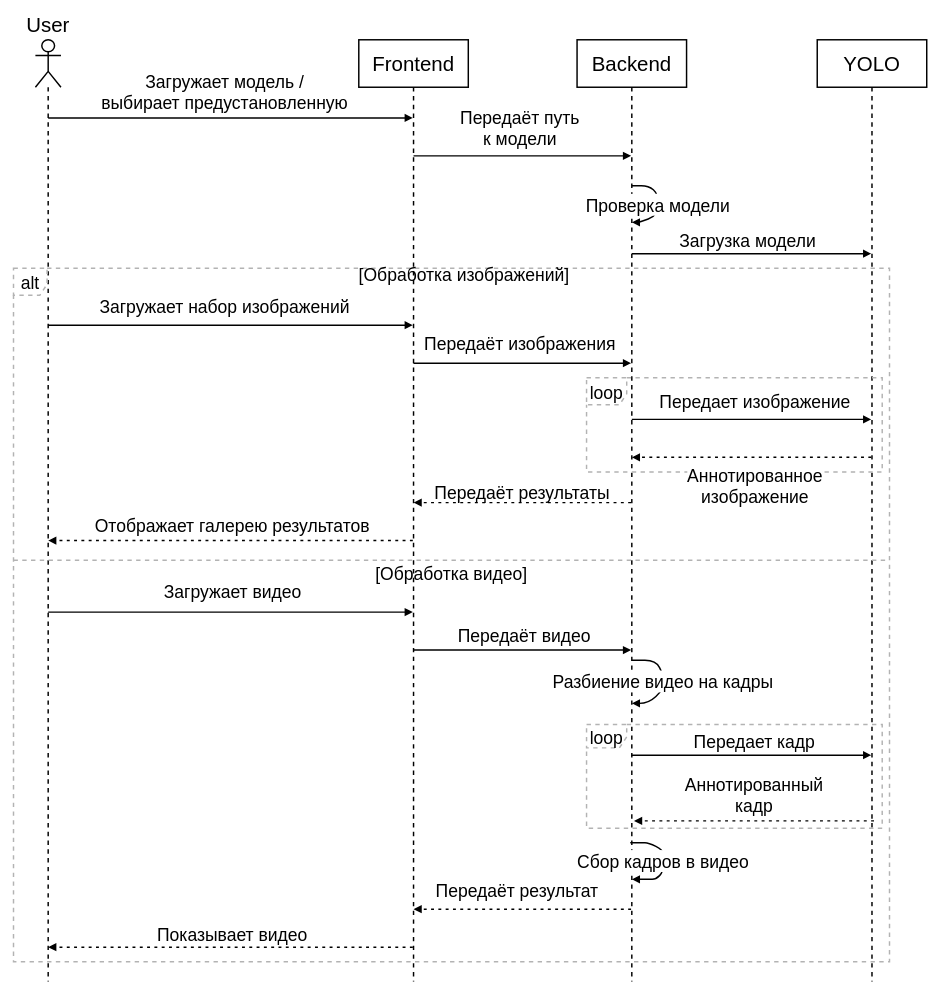
Before: page "Страница — 1" (1 of 3) of ВКР/Диаграмма.drawio in FaceMan01/Homework, a draw.io diagram. Source tidied: cells renumbered, new cells numbered last; positions are measured from the earlier drawing's top-left corner, leaving out a move shared by most shapes. Both pictures are drawn from the tidied source at 73%, with x=0, y=0 at pixel (13, 39).
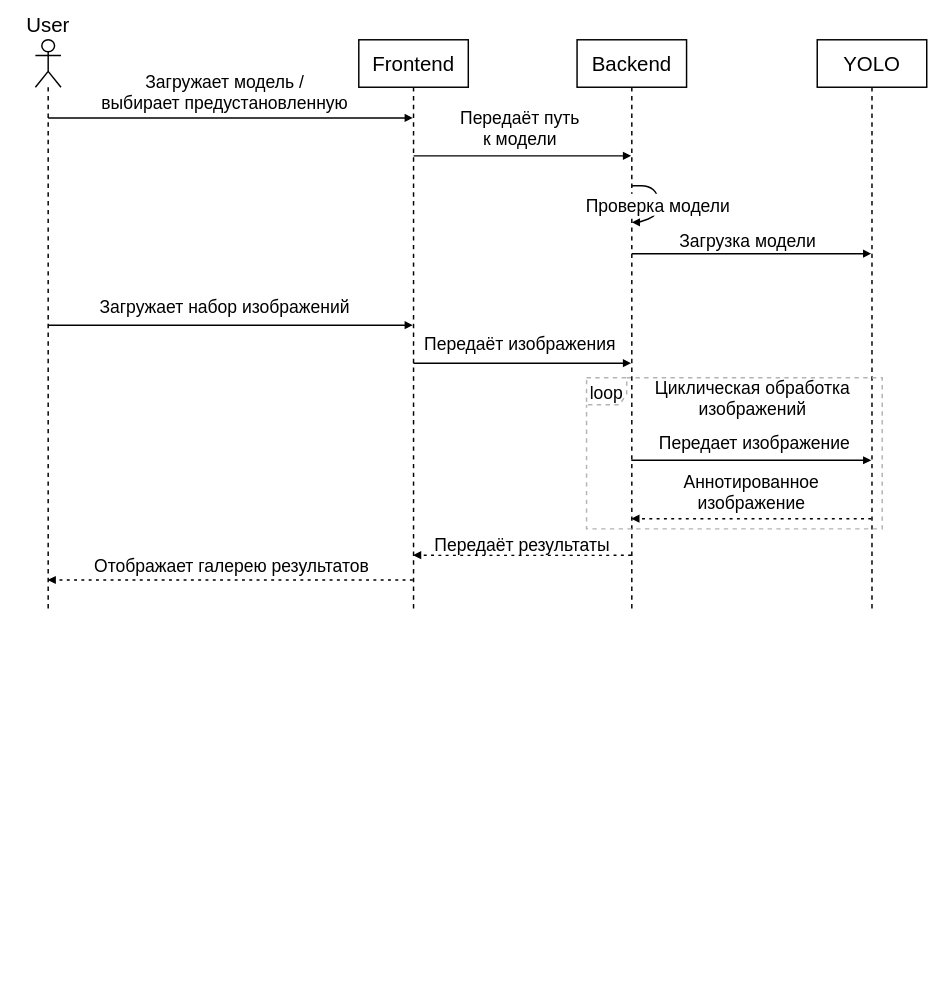
The same page after the edit.

Diff of the diagram source:
```diff
@@
     <mxCell id="2" value="User" style="shape=umlLifeline;perimeter=lifelinePerimeter;whiteSpace=wrap;outlineConnect=0;portConstraint=eastwest;newEdgeStyle={&quot;edgeStyle&quot;:&quot;elbowEdgeStyle&quot;,&quot;elbow&quot;:&quot;vertical&quot;,&quot;curved&quot;:0,&quot;rounded&quot;:0};participant=umlActor;verticalAlign=bottom;labelPosition=center;verticalLabelPosition=top;align=center;size=65;fontSize=28;strokeWidth=2;shadow=0;" parent="1" vertex="1">
-      <mxGeometry x="30" width="35" height="1290" as="geometry" />
+      <mxGeometry x="30" width="35" height="780" as="geometry" />
     </mxCell>
     <mxCell id="3" value="Frontend" style="shape=umlLifeline;perimeter=lifelinePerimeter;whiteSpace=wrap;outlineConnect=0;portConstraint=eastwest;newEdgeStyle={&quot;edgeStyle&quot;:&quot;elbowEdgeStyle&quot;,&quot;elbow&quot;:&quot;vertical&quot;,&quot;curved&quot;:0,&quot;rounded&quot;:0};size=65;fontSize=28;strokeWidth=2;shadow=0;" parent="1" vertex="1">
-      <mxGeometry x="473" width="150" height="1290" as="geometry" />
+      <mxGeometry x="473" width="150" height="780" as="geometry" />
     </mxCell>
     <mxCell id="4" value="Backend" style="shape=umlLifeline;perimeter=lifelinePerimeter;whiteSpace=wrap;outlineConnect=0;portConstraint=eastwest;newEdgeStyle={&quot;edgeStyle&quot;:&quot;elbowEdgeStyle&quot;,&quot;elbow&quot;:&quot;vertical&quot;,&quot;curved&quot;:0,&quot;rounded&quot;:0};size=65;fontSize=28;strokeWidth=2;shadow=0;" parent="1" vertex="1">
-      <mxGeometry x="772" width="150" height="1290" as="geometry" />
+      <mxGeometry x="772" width="150" height="780" as="geometry" />
     </mxCell>
     <mxCell id="5" value="YOLO" style="shape=umlLifeline;perimeter=lifelinePerimeter;whiteSpace=wrap;outlineConnect=0;portConstraint=eastwest;newEdgeStyle={&quot;edgeStyle&quot;:&quot;elbowEdgeStyle&quot;,&quot;elbow&quot;:&quot;vertical&quot;,&quot;curved&quot;:0,&quot;rounded&quot;:0};size=65;fontSize=28;strokeWidth=2;shadow=0;" parent="1" vertex="1">
-      <mxGeometry x="1101" width="150" height="1290" as="geometry" />
+      <mxGeometry x="1101" width="150" height="780" as="geometry" />
     </mxCell>
     <mxCell id="6" value="loop" style="shape=umlFrame;dashed=1;strokeColor=#B3B3B3;height=37;width=55;fontSize=24;strokeWidth=2;shadow=0;" parent="1" vertex="1">
-      <mxGeometry x="785" y="463" width="405" height="129" as="geometry" />
+      <mxGeometry x="785" y="463" width="405" height="207" as="geometry" />
     </mxCell>
-    <mxCell id="7" style="text;strokeColor=none;fillColor=none;align=center;verticalAlign=middle;whiteSpace=wrap;fontSize=24;strokeWidth=2;shadow=0;" parent="6" vertex="1">
-      <mxGeometry x="50.2" width="354.8" height="20" as="geometry" />
-    </mxCell>
-    <mxCell id="8" value="loop" style="shape=umlFrame;dashed=1;strokeColor=#B3B3B3;height=32;width=55;fontSize=24;strokeWidth=2;shadow=0;" parent="1" vertex="1">
-      <mxGeometry x="785" y="938" width="405" height="142" as="geometry" />
-    </mxCell>
-    <mxCell id="9" style="text;strokeColor=none;fillColor=none;align=center;verticalAlign=middle;whiteSpace=wrap;fontSize=24;strokeWidth=2;shadow=0;" parent="8" vertex="1">
-      <mxGeometry x="50.2" width="354.8" height="22" as="geometry" />
-    </mxCell>
-    <mxCell id="10" value="alt" style="shape=umlFrame;dashed=1;strokeColor=#B3B3B3;height=37;width=46;fontSize=24;strokeWidth=2;shadow=0;" parent="1" vertex="1">
-      <mxGeometry y="313" width="1200" height="950" as="geometry" />
-    </mxCell>
-    <mxCell id="11" value="[Обработка изображений]" style="text;strokeColor=none;fillColor=none;align=center;verticalAlign=middle;whiteSpace=wrap;fontSize=24;strokeWidth=2;shadow=0;" parent="10" vertex="1">
-      <mxGeometry x="35.2" width="1164.8" height="20" as="geometry" />
-    </mxCell>
-    <mxCell id="12" value="[Обработка видео]" style="shape=line;dashed=1;whiteSpace=wrap;verticalAlign=top;labelPosition=center;verticalLabelPosition=middle;align=center;strokeColor=#B3B3B3;fontSize=24;strokeWidth=2;shadow=0;" parent="10" vertex="1">
-      <mxGeometry y="398" width="1200" height="4" as="geometry" />
-    </mxCell>
@@
-    <mxCell id="19" value="Передает изображение" style="verticalAlign=bottom;edgeStyle=elbowEdgeStyle;elbow=vertical;curved=0;rounded=0;endArrow=block;fontSize=24;strokeWidth=2;shadow=0;" parent="1" edge="1" source="4" target="5">
+    <mxCell id="19" value="Передает изображение" style="verticalAlign=bottom;edgeStyle=elbowEdgeStyle;elbow=vertical;curved=0;rounded=0;endArrow=block;fontSize=24;strokeWidth=2;shadow=0;" parent="1" edge="1">
       <mxGeometry x="0.03" y="10" relative="1" as="geometry">
+        <mxPoint x="846.3" y="576" as="sourcePoint" />
+        <mxPoint x="1175" y="576" as="targetPoint" />
         <Array as="points">
-          <mxPoint x="955" y="520" />
+          <mxPoint x="955" y="576" />
         </Array>
       </mxGeometry>
     </mxCell>
-    <mxCell id="20" value="Аннотированное&#10;изображение" style="verticalAlign=bottom;edgeStyle=elbowEdgeStyle;elbow=vertical;curved=0;rounded=0;dashed=1;dashPattern=2 3;endArrow=block;fontSize=24;strokeWidth=2;shadow=0;" parent="1" edge="1" source="5" target="4">
-      <mxGeometry x="-0.03" y="68" relative="1" as="geometry">
+    <mxCell id="20" value="Аннотированное&#10;изображение" style="verticalAlign=bottom;edgeStyle=elbowEdgeStyle;elbow=vertical;curved=0;rounded=0;dashed=1;dashPattern=2 3;endArrow=block;fontSize=24;strokeWidth=2;shadow=0;" parent="1" edge="1">
+      <mxGeometry y="-8" relative="1" as="geometry">
+        <mxPoint x="1175" y="656" as="sourcePoint" />
+        <mxPoint x="846.3" y="656" as="targetPoint" />
         <Array as="points">
-          <mxPoint x="958" y="572" />
+          <mxPoint x="958" y="656" />
         </Array>
       </mxGeometry>
     </mxCell>
-    <mxCell id="21" value="Передаёт результаты" style="verticalAlign=bottom;edgeStyle=elbowEdgeStyle;elbow=vertical;curved=0;rounded=0;dashed=1;dashPattern=2 3;endArrow=block;fontSize=24;strokeWidth=2;shadow=0;" parent="1" edge="1" source="4" target="3">
+    <mxCell id="21" value="Передаёт результаты" style="verticalAlign=bottom;edgeStyle=elbowEdgeStyle;elbow=vertical;curved=0;rounded=0;dashed=1;dashPattern=2 3;endArrow=block;fontSize=24;strokeWidth=2;shadow=0;" parent="1" edge="1">
       <mxGeometry relative="1" as="geometry">
+        <mxPoint x="846" y="706" as="sourcePoint" />
+        <mxPoint x="547.3" y="706" as="targetPoint" />
         <Array as="points">
-          <mxPoint x="684" y="634" />
+          <mxPoint x="684" y="706" />
         </Array>
       </mxGeometry>
     </mxCell>
-    <mxCell id="22" value="Отображает галерею результатов" style="verticalAlign=bottom;edgeStyle=elbowEdgeStyle;elbow=vertical;curved=0;rounded=0;dashed=1;dashPattern=2 3;endArrow=block;fontSize=24;strokeWidth=2;shadow=0;" parent="1" edge="1" source="3" target="2">
+    <mxCell id="22" value="Отображает галерею результатов" style="verticalAlign=bottom;edgeStyle=elbowEdgeStyle;elbow=vertical;curved=0;rounded=0;dashed=1;dashPattern=2 3;endArrow=block;fontSize=24;strokeWidth=2;shadow=0;" parent="1" edge="1">
       <mxGeometry x="-0.01" y="-6" relative="1" as="geometry">
+        <mxPoint x="547" y="740" as="sourcePoint" />
+        <mxPoint x="46.8" y="740" as="targetPoint" />
         <Array as="points">
-          <mxPoint x="338" y="686" />
+          <mxPoint x="338" y="740" />
         </Array>
       </mxGeometry>
     </mxCell>
-    <mxCell id="23" value="Загружает видео" style="verticalAlign=bottom;edgeStyle=elbowEdgeStyle;elbow=vertical;curved=0;rounded=0;endArrow=block;fontSize=24;strokeWidth=2;shadow=0;" parent="1" edge="1" source="2" target="3">
-      <mxGeometry x="0.01" y="14" relative="1" as="geometry">
-        <Array as="points">
-          <mxPoint x="335" y="784" />
-        </Array>
-        <mxPoint x="1" as="offset" />
-      </mxGeometry>
-    </mxCell>
-    <mxCell id="24" value="Передаёт видео" style="verticalAlign=bottom;edgeStyle=elbowEdgeStyle;elbow=vertical;curved=0;rounded=0;endArrow=block;fontSize=24;strokeWidth=2;shadow=0;" parent="1" edge="1" source="3" target="4">
-      <mxGeometry x="0.02" y="6" relative="1" as="geometry">
-        <Array as="points">
-          <mxPoint x="681" y="836" />
-        </Array>
-      </mxGeometry>
-    </mxCell>
-    <mxCell id="25" value="Разбиение видео на кадры" style="curved=1;endArrow=block;rounded=0;fontSize=24;strokeWidth=2;shadow=0;" parent="1" edge="1" source="4" target="4">
-      <mxGeometry relative="1" as="geometry">
-        <Array as="points">
-          <mxPoint x="850" y="850" />
-          <mxPoint x="880" y="850" />
-          <mxPoint x="890" y="870" />
-          <mxPoint x="890" y="880" />
-          <mxPoint x="890" y="890" />
-          <mxPoint x="870" y="909" />
-        </Array>
-      </mxGeometry>
-    </mxCell>
-    <mxCell id="26" value="Передает кадр" style="verticalAlign=bottom;edgeStyle=elbowEdgeStyle;elbow=vertical;curved=0;rounded=0;endArrow=block;fontSize=24;strokeWidth=2;shadow=0;" parent="1" edge="1">
-      <mxGeometry x="0.03" y="5" relative="1" as="geometry">
-        <mxPoint x="846.2" y="980" as="sourcePoint" />
-        <mxPoint x="1175" y="980" as="targetPoint" />
-        <Array as="points">
-          <mxPoint x="930" y="980" />
-          <mxPoint x="955" y="1005" />
-        </Array>
-      </mxGeometry>
-    </mxCell>
-    <mxCell id="27" value="Аннотированный&#10;кадр" style="verticalAlign=bottom;edgeStyle=elbowEdgeStyle;elbow=vertical;curved=0;rounded=0;dashed=1;dashPattern=2 3;endArrow=block;fontSize=24;strokeWidth=2;shadow=0;" parent="1" edge="1">
-      <mxGeometry y="-7" relative="1" as="geometry">
-        <mxPoint x="1178.8" y="1070" as="sourcePoint" />
-        <mxPoint x="850" y="1070" as="targetPoint" />
-        <Array as="points">
-          <mxPoint x="961.8" y="1070" />
-        </Array>
-      </mxGeometry>
-    </mxCell>
-    <mxCell id="28" value="Сбор кадров в видео" style="curved=1;endArrow=block;rounded=0;fontSize=24;strokeWidth=2;shadow=0;" parent="1" edge="1" source="4" target="4">
-      <mxGeometry relative="1" as="geometry">
-        <Array as="points">
-          <mxPoint x="844" y="1100" />
-          <mxPoint x="860" y="1100" />
-          <mxPoint x="870" y="1100" />
-          <mxPoint x="890" y="1110" />
-          <mxPoint x="890" y="1120" />
-          <mxPoint x="890" y="1140" />
-          <mxPoint x="880" y="1150" />
-          <mxPoint x="870" y="1150" />
-        </Array>
-      </mxGeometry>
-    </mxCell>
-    <mxCell id="29" value="Передаёт результат" style="verticalAlign=bottom;edgeStyle=elbowEdgeStyle;elbow=vertical;curved=0;rounded=0;dashed=1;dashPattern=2 3;endArrow=block;fontSize=24;strokeWidth=2;shadow=0;" parent="1" edge="1" source="4" target="3">
-      <mxGeometry x="0.05" y="-11" relative="1" as="geometry">
-        <Array as="points">
-          <mxPoint x="684" y="1191" />
-        </Array>
-      </mxGeometry>
-    </mxCell>
-    <mxCell id="30" value="Показывает видео" style="verticalAlign=bottom;edgeStyle=elbowEdgeStyle;elbow=vertical;curved=0;rounded=0;dashed=1;dashPattern=2 3;endArrow=block;fontSize=24;strokeWidth=2;shadow=0;" parent="1" edge="1" source="3" target="2">
-      <mxGeometry x="-0.01" y="-3" relative="1" as="geometry">
-        <Array as="points">
-          <mxPoint x="338" y="1243" />
-        </Array>
-      </mxGeometry>
-    </mxCell>
+    <mxCell id="7" value="Циклическая обработка&#10;изображений" style="text;strokeColor=none;fillColor=none;align=center;verticalAlign=middle;whiteSpace=wrap;fontSize=24;strokeWidth=2;shadow=0;" parent="1" vertex="1">
+      <mxGeometry x="835.2" y="476.6" width="354.8" height="30.5" as="geometry" />
+    </mxCell>
```
